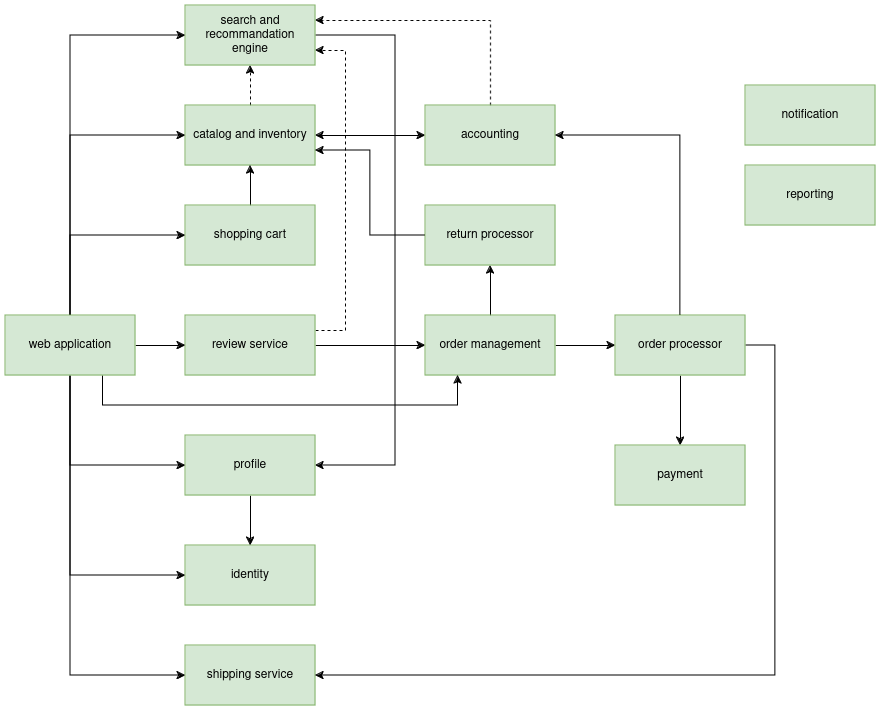
Before: workflows/global_architecture.png, a diagram exported from draw.io (movies-albrains/.github). Source tidied: cells renumbered, new cells last; positions are measured from the earlier drawing's top-left corner, leaving out a move shared by most shapes.
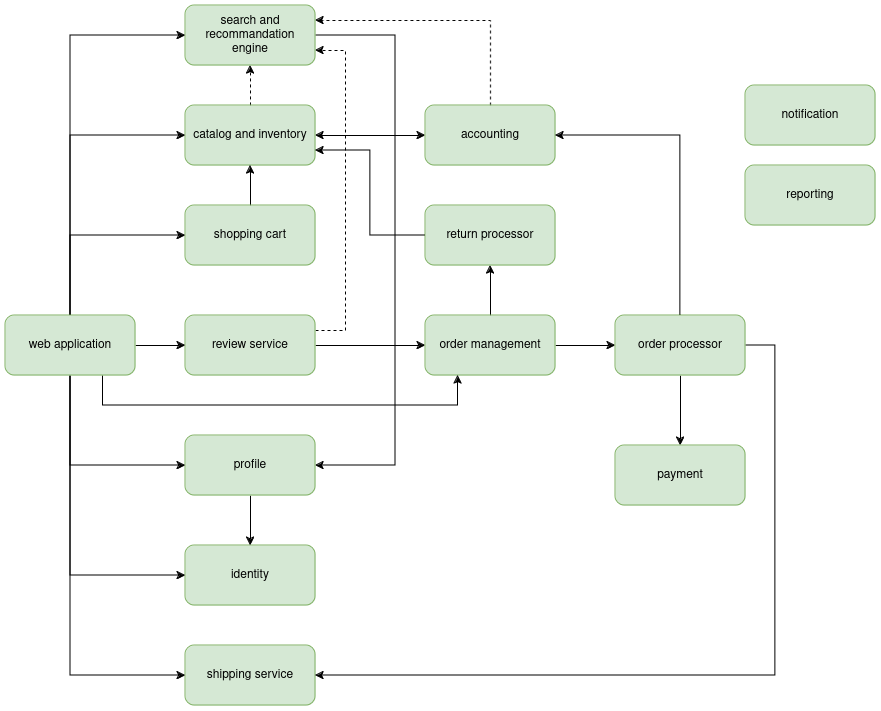
After the change.

Change to the diagram source:
```diff
@@ -8,7 +8,7 @@
     <mxCell id="3" style="edgeStyle=orthogonalEdgeStyle;rounded=0;jettySize=auto;html=1;entryX=0.5;entryY=1;entryDx=0;entryDy=0;dashed=1;" parent="1" edge="1" source="4" target="15">
       <mxGeometry relative="1" as="geometry" />
     </mxCell>
-    <mxCell id="4" value="catalog and inventory" style="rounded=0;whiteSpace=wrap;html=1;fillColor=#d5e8d4;strokeColor=#82b366;" parent="1" vertex="1">
+    <mxCell id="4" value="catalog and inventory" style="rounded=1;whiteSpace=wrap;html=1;fillColor=#d5e8d4;strokeColor=#82b366;" parent="1" vertex="1">
       <mxGeometry x="180" y="100" width="130" height="60" as="geometry" />
     </mxCell>
     <mxCell id="5" style="edgeStyle=orthogonalEdgeStyle;rounded=0;jettySize=auto;html=1;entryX=1;entryY=0.25;entryDx=0;entryDy=0;dashed=1;" parent="1" edge="1" source="6" target="15">
@@ -18,7 +18,7 @@
         </Array>
       </mxGeometry>
     </mxCell>
-    <mxCell id="6" value="accounting" style="rounded=0;whiteSpace=wrap;html=1;fillColor=#d5e8d4;strokeColor=#82b366;" parent="1" vertex="1">
+    <mxCell id="6" value="accounting" style="rounded=1;whiteSpace=wrap;html=1;fillColor=#d5e8d4;strokeColor=#82b366;" parent="1" vertex="1">
       <mxGeometry x="420" y="100" width="130" height="60" as="geometry" />
     </mxCell>
     <mxCell id="7" style="edgeStyle=orthogonalEdgeStyle;rounded=0;jettySize=auto;html=1;exitX=1;exitY=0.5;exitDx=0;exitDy=0;entryX=0;entryY=0.5;entryDx=0;entryDy=0;" parent="1" edge="1" source="9" target="12">
@@ -32,7 +32,7 @@
         </Array>
       </mxGeometry>
     </mxCell>
-    <mxCell id="9" value="review service" style="rounded=0;whiteSpace=wrap;html=1;fillColor=#d5e8d4;strokeColor=#82b366;" parent="1" vertex="1">
+    <mxCell id="9" value="review service" style="rounded=1;whiteSpace=wrap;html=1;fillColor=#d5e8d4;strokeColor=#82b366;" parent="1" vertex="1">
       <mxGeometry x="180" y="310" width="130" height="60" as="geometry" />
     </mxCell>
     <mxCell id="10" style="edgeStyle=orthogonalEdgeStyle;rounded=0;jettySize=auto;html=1;exitX=1;exitY=0.5;exitDx=0;exitDy=0;entryX=0;entryY=0.5;entryDx=0;entryDy=0;startArrow=none;startFill=0;" parent="1" edge="1" source="12" target="37">
@@ -41,10 +41,10 @@
     <mxCell id="11" style="edgeStyle=orthogonalEdgeStyle;rounded=0;jettySize=auto;html=1;" parent="1" edge="1" source="12" target="21">
       <mxGeometry relative="1" as="geometry" />
     </mxCell>
-    <mxCell id="12" value="order management" style="rounded=0;whiteSpace=wrap;html=1;fillColor=#d5e8d4;strokeColor=#82b366;" parent="1" vertex="1">
+    <mxCell id="12" value="order management" style="rounded=1;whiteSpace=wrap;html=1;fillColor=#d5e8d4;strokeColor=#82b366;" parent="1" vertex="1">
       <mxGeometry x="420" y="310" width="130" height="60" as="geometry" />
     </mxCell>
-    <mxCell id="13" value="reporting" style="rounded=0;whiteSpace=wrap;html=1;fillColor=#d5e8d4;strokeColor=#82b366;" parent="1" vertex="1">
+    <mxCell id="13" value="reporting" style="rounded=1;whiteSpace=wrap;html=1;fillColor=#d5e8d4;strokeColor=#82b366;" parent="1" vertex="1">
       <mxGeometry x="740" y="160" width="130" height="60" as="geometry" />
     </mxCell>
     <mxCell id="14" style="edgeStyle=orthogonalEdgeStyle;rounded=0;jettySize=auto;html=1;exitX=1;exitY=0.5;exitDx=0;exitDy=0;entryX=1;entryY=0.5;entryDx=0;entryDy=0;" parent="1" edge="1" source="15" target="24">
@@ -55,34 +55,34 @@
         </Array>
       </mxGeometry>
     </mxCell>
-    <mxCell id="15" value="search and recommandation engine" style="rounded=0;whiteSpace=wrap;html=1;fillColor=#d5e8d4;strokeColor=#82b366;" parent="1" vertex="1">
+    <mxCell id="15" value="search and recommandation engine" style="rounded=1;whiteSpace=wrap;html=1;fillColor=#d5e8d4;strokeColor=#82b366;gradientColor=none;" parent="1" vertex="1">
       <mxGeometry x="180" width="130" height="60" as="geometry" />
     </mxCell>
-    <mxCell id="16" value="shipping service" style="rounded=0;whiteSpace=wrap;html=1;fillColor=#d5e8d4;strokeColor=#82b366;" parent="1" vertex="1">
+    <mxCell id="16" value="shipping service" style="rounded=1;whiteSpace=wrap;html=1;fillColor=#d5e8d4;strokeColor=#82b366;" parent="1" vertex="1">
       <mxGeometry x="180" y="640" width="130" height="60" as="geometry" />
     </mxCell>
     <mxCell id="17" style="edgeStyle=orthogonalEdgeStyle;rounded=0;jettySize=auto;html=1;entryX=0.5;entryY=1;entryDx=0;entryDy=0;" parent="1" edge="1" source="18" target="4">
       <mxGeometry relative="1" as="geometry" />
     </mxCell>
-    <mxCell id="18" value="shopping cart" style="rounded=0;whiteSpace=wrap;html=1;fillColor=#d5e8d4;strokeColor=#82b366;" parent="1" vertex="1">
+    <mxCell id="18" value="shopping cart" style="rounded=1;whiteSpace=wrap;html=1;fillColor=#d5e8d4;strokeColor=#82b366;" parent="1" vertex="1">
       <mxGeometry x="180" y="200" width="130" height="60" as="geometry" />
     </mxCell>
-    <mxCell id="19" value="identity" style="rounded=0;whiteSpace=wrap;html=1;fillColor=#d5e8d4;strokeColor=#82b366;" parent="1" vertex="1">
+    <mxCell id="19" value="identity" style="rounded=1;whiteSpace=wrap;html=1;fillColor=#d5e8d4;strokeColor=#82b366;" parent="1" vertex="1">
       <mxGeometry x="180" y="540" width="130" height="60" as="geometry" />
     </mxCell>
     <mxCell id="20" style="edgeStyle=orthogonalEdgeStyle;rounded=0;jettySize=auto;html=1;exitX=0;exitY=0.5;exitDx=0;exitDy=0;entryX=1;entryY=0.75;entryDx=0;entryDy=0;" parent="1" edge="1" source="21" target="4">
       <mxGeometry relative="1" as="geometry" />
     </mxCell>
-    <mxCell id="21" value="return processor" style="rounded=0;whiteSpace=wrap;html=1;fillColor=#d5e8d4;strokeColor=#82b366;" parent="1" vertex="1">
+    <mxCell id="21" value="return processor" style="rounded=1;whiteSpace=wrap;html=1;fillColor=#d5e8d4;strokeColor=#82b366;" parent="1" vertex="1">
       <mxGeometry x="420" y="200" width="130" height="60" as="geometry" />
     </mxCell>
-    <mxCell id="22" value="notification" style="whiteSpace=wrap;html=1;fillColor=#d5e8d4;strokeColor=#82b366;rounded=0;" parent="1" vertex="1">
+    <mxCell id="22" value="notification" style="whiteSpace=wrap;html=1;fillColor=#d5e8d4;strokeColor=#82b366;rounded=1;" parent="1" vertex="1">
       <mxGeometry x="740" y="80" width="130" height="60" as="geometry" />
     </mxCell>
     <mxCell id="23" style="edgeStyle=orthogonalEdgeStyle;rounded=0;jettySize=auto;html=1;entryX=0.5;entryY=0;entryDx=0;entryDy=0;" parent="1" edge="1" source="24" target="19">
       <mxGeometry relative="1" as="geometry" />
     </mxCell>
-    <mxCell id="24" value="profile" style="rounded=0;whiteSpace=wrap;html=1;fillColor=#d5e8d4;strokeColor=#82b366;" parent="1" vertex="1">
+    <mxCell id="24" value="profile" style="rounded=1;whiteSpace=wrap;html=1;fillColor=#d5e8d4;strokeColor=#82b366;" parent="1" vertex="1">
       <mxGeometry x="180" y="430" width="130" height="60" as="geometry" />
     </mxCell>
     <mxCell id="25" style="edgeStyle=orthogonalEdgeStyle;rounded=0;jettySize=auto;html=1;exitX=0.5;exitY=1;exitDx=0;exitDy=0;entryX=0;entryY=0.5;entryDx=0;entryDy=0;startArrow=none;startFill=0;" parent="1" edge="1" source="33" target="24">
@@ -134,7 +134,7 @@
         </Array>
       </mxGeometry>
     </mxCell>
-    <mxCell id="33" value="web application" style="rounded=0;whiteSpace=wrap;html=1;fillColor=#d5e8d4;strokeColor=#82b366;" parent="1" vertex="1">
+    <mxCell id="33" value="web application" style="rounded=1;whiteSpace=wrap;html=1;fillColor=#d5e8d4;strokeColor=#82b366;" parent="1" vertex="1">
       <mxGeometry y="310" width="130" height="60" as="geometry" />
     </mxCell>
     <mxCell id="34" style="edgeStyle=orthogonalEdgeStyle;rounded=0;jettySize=auto;html=1;" parent="1" edge="1" source="37" target="38">
@@ -151,10 +151,10 @@
     <mxCell id="36" style="edgeStyle=orthogonalEdgeStyle;rounded=0;jettySize=auto;html=1;exitX=0.5;exitY=0;exitDx=0;exitDy=0;entryX=1;entryY=0.5;entryDx=0;entryDy=0;" parent="1" edge="1" source="37" target="6">
       <mxGeometry relative="1" as="geometry" />
     </mxCell>
-    <mxCell id="37" value="order processor" style="rounded=0;whiteSpace=wrap;html=1;fillColor=#d5e8d4;strokeColor=#82b366;" parent="1" vertex="1">
+    <mxCell id="37" value="order processor" style="rounded=1;whiteSpace=wrap;html=1;fillColor=#d5e8d4;strokeColor=#82b366;" parent="1" vertex="1">
       <mxGeometry x="610" y="310" width="130" height="60" as="geometry" />
     </mxCell>
-    <mxCell id="38" value="payment" style="whiteSpace=wrap;html=1;fillColor=#d5e8d4;strokeColor=#82b366;rounded=0;" parent="1" vertex="1">
+    <mxCell id="38" value="payment" style="whiteSpace=wrap;html=1;fillColor=#d5e8d4;strokeColor=#82b366;rounded=1;" parent="1" vertex="1">
       <mxGeometry x="610" y="440" width="130" height="60" as="geometry" />
     </mxCell>
   </root>
```
